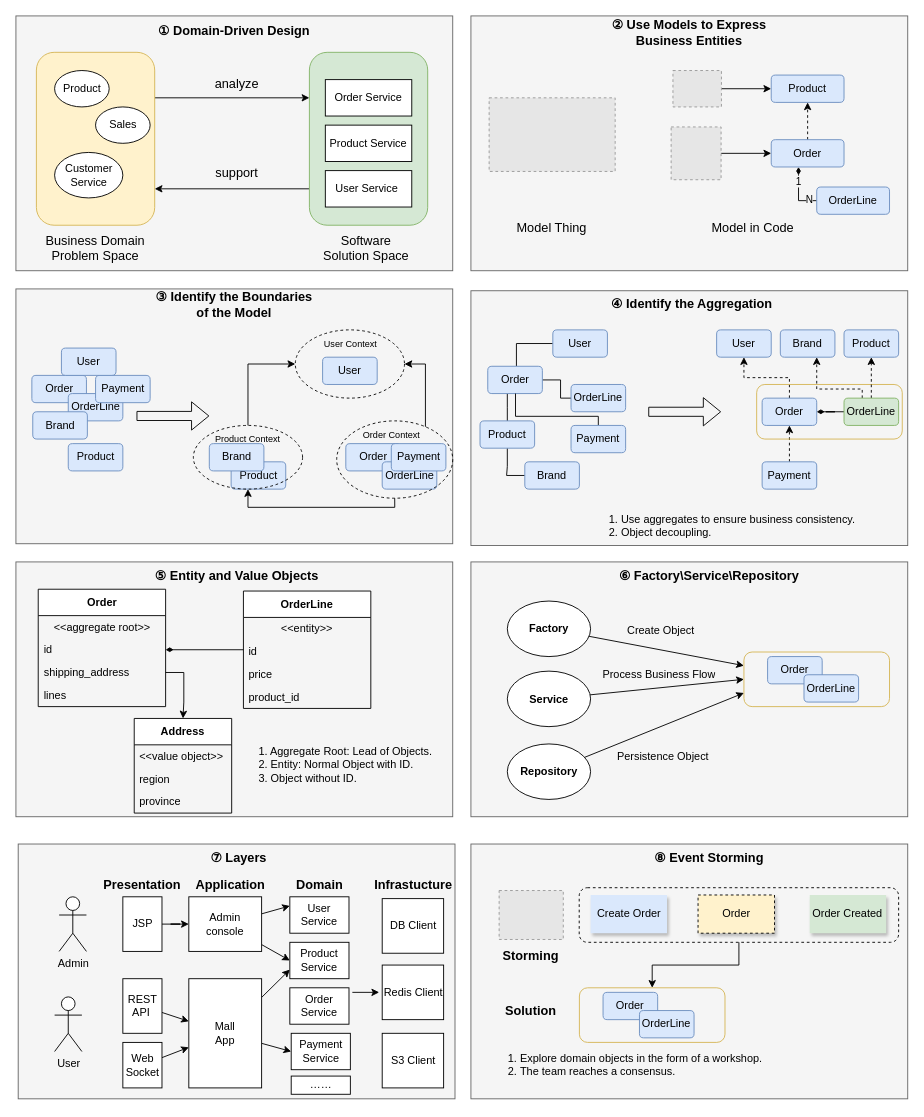
Before: src/contribute/for-bytebytego/key-of-domain-driven-deisgn/diagram.drawio in linksgo2011/shaogefenhao-v2, a draw.io diagram. Source tidied: cells renumbered, new cells numbered last; positions are measured from the earlier drawing's top-left corner, leaving out a move shared by most shapes. Both pictures are drawn from the tidied source at 91%, with x=0, y=0 at pixel (15, 15). Pictures stored in the file or linked from it are replaced by grey dashed boxes.
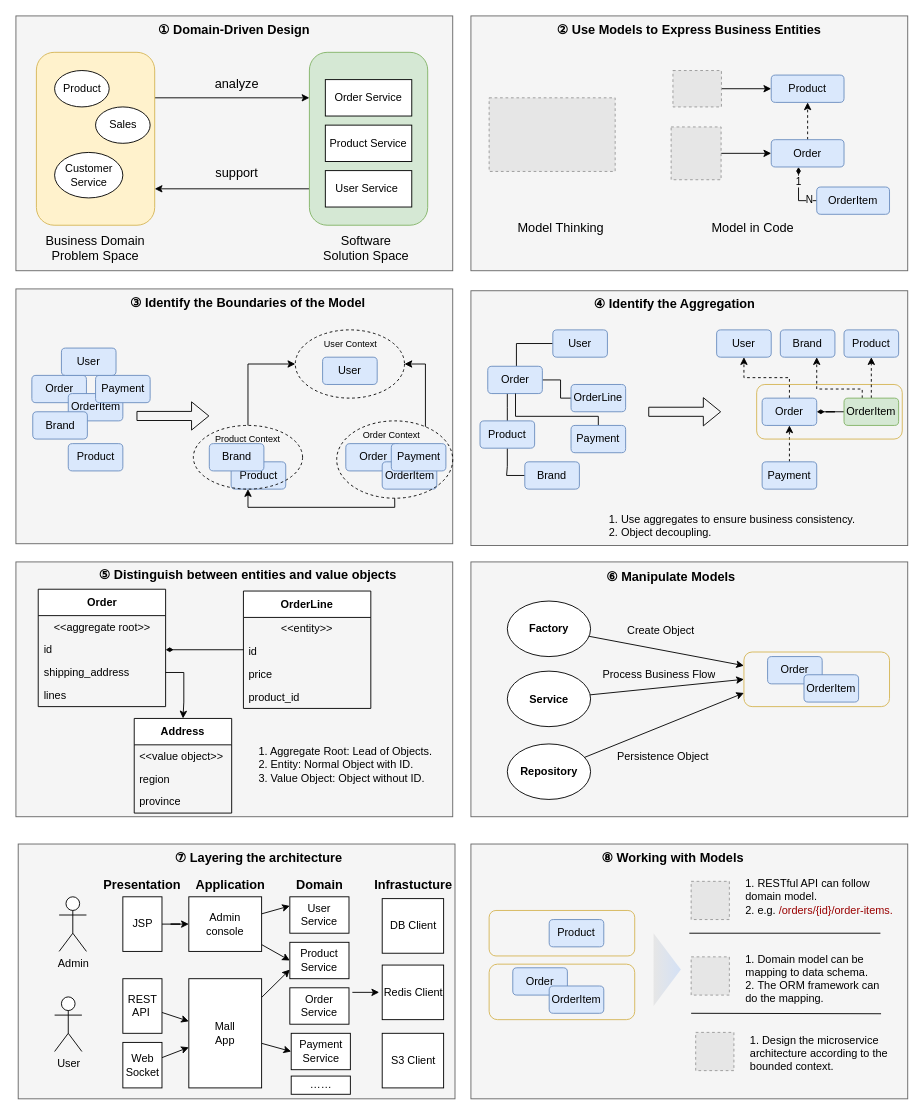
The same diagram, later.

The edit, as a diff of the source:
```diff
@@
     <mxCell id="18" value="① Domain-Driven Design" style="text;html=1;align=center;verticalAlign=middle;whiteSpace=wrap;rounded=0;fontSize=14;fontStyle=1;" parent="1" vertex="1">
-      <mxGeometry x="150" y="2" width="180" height="30" as="geometry" />
+      <mxGeometry x="150" width="180" height="30" as="geometry" />
     </mxCell>
     <mxCell id="19" value="② Use Models to Express Business Entities" style="text;html=1;align=center;verticalAlign=middle;whiteSpace=wrap;rounded=0;fontSize=14;fontStyle=1;" parent="1" vertex="1">
-      <mxGeometry x="650" y="3" width="180" height="30" as="geometry" />
+      <mxGeometry x="590" width="300" height="30" as="geometry" />
     </mxCell>
@@
-    <mxCell id="30" value="OrderLine" style="rounded=1;whiteSpace=wrap;html=1;fillColor=#dae8fc;strokeColor=#6c8ebf;" parent="1" vertex="1">
+    <mxCell id="30" value="OrderItem" style="rounded=1;whiteSpace=wrap;html=1;fillColor=#dae8fc;strokeColor=#6c8ebf;" parent="1" vertex="1">
       <mxGeometry x="880" y="188" width="80" height="30" as="geometry" />
     </mxCell>
@@
-    <mxCell id="32" value="Model Thing" style="text;html=1;align=center;verticalAlign=middle;whiteSpace=wrap;rounded=0;fontSize=14;" parent="1" vertex="1">
-      <mxGeometry x="539.2" y="218" width="100" height="30" as="geometry" />
+    <mxCell id="32" value="Model Thinking" style="text;html=1;align=center;verticalAlign=middle;whiteSpace=wrap;rounded=0;fontSize=14;" parent="1" vertex="1">
+      <mxGeometry x="548.5" y="218" width="100" height="30" as="geometry" />
     </mxCell>
@@
     <mxCell id="35" value="③&amp;nbsp;Identify the Boundaries of the Model" style="text;html=1;align=center;verticalAlign=middle;whiteSpace=wrap;rounded=0;fontSize=14;fontStyle=1;" parent="1" vertex="1">
-      <mxGeometry x="150" y="302" width="180" height="30" as="geometry" />
+      <mxGeometry x="120" y="300" width="270" height="30" as="geometry" />
     </mxCell>
@@
-    <mxCell id="38" value="OrderLine" style="rounded=1;whiteSpace=wrap;html=1;fillColor=#dae8fc;strokeColor=#6c8ebf;" parent="1" vertex="1">
+    <mxCell id="38" value="OrderItem" style="rounded=1;whiteSpace=wrap;html=1;fillColor=#dae8fc;strokeColor=#6c8ebf;" parent="1" vertex="1">
       <mxGeometry x="402.5" y="490" width="60" height="30" as="geometry" />
     </mxCell>
@@
+    <mxCell id="47" style="ellipse;whiteSpace=wrap;html=1;fillColor=none;dashed=1;" parent="1" vertex="1">
+      <mxGeometry x="352.5" y="445" width="127.5" height="85" as="geometry" />
+    </mxCell>
@@
-    <mxCell id="47" style="ellipse;whiteSpace=wrap;html=1;fillColor=none;dashed=1;" parent="1" vertex="1">
-      <mxGeometry x="352.5" y="445" width="127.5" height="85" as="geometry" />
-    </mxCell>
@@
-    <mxCell id="52" value="OrderLine" style="rounded=1;whiteSpace=wrap;html=1;fillColor=#dae8fc;strokeColor=#6c8ebf;" parent="1" vertex="1">
+    <mxCell id="52" value="OrderItem" style="rounded=1;whiteSpace=wrap;html=1;fillColor=#dae8fc;strokeColor=#6c8ebf;" parent="1" vertex="1">
       <mxGeometry x="57.5" y="415" width="60" height="30" as="geometry" />
     </mxCell>
@@
     <mxCell id="59" value="④ Identify the Aggregation" style="text;html=1;align=center;verticalAlign=middle;whiteSpace=wrap;rounded=0;fontSize=14;fontStyle=1;" parent="1" vertex="1">
-      <mxGeometry x="642.5" y="302" width="200" height="30" as="geometry" />
+      <mxGeometry x="624.2" y="302" width="200" height="30" as="geometry" />
     </mxCell>
@@
-    <mxCell id="83" value="OrderLine" style="rounded=1;whiteSpace=wrap;html=1;fillColor=#d5e8d4;strokeColor=#82b366;" parent="1" vertex="1">
+    <mxCell id="83" value="OrderItem" style="rounded=1;whiteSpace=wrap;html=1;fillColor=#d5e8d4;strokeColor=#82b366;" parent="1" vertex="1">
       <mxGeometry x="910" y="420" width="60" height="30" as="geometry" />
     </mxCell>
@@
-    <mxCell id="86" value="⑤ Entity and Value Objects" style="text;html=1;align=center;verticalAlign=middle;whiteSpace=wrap;rounded=0;fontSize=14;fontStyle=1;" parent="1" vertex="1">
-      <mxGeometry x="142.5" y="600" width="200" height="30" as="geometry" />
+    <mxCell id="86" value="⑤ Distinguish between entities and value objects" style="text;html=1;align=center;verticalAlign=middle;whiteSpace=wrap;rounded=0;fontSize=14;fontStyle=1;" parent="1" vertex="1">
+      <mxGeometry x="76.2" y="599" width="357.5" height="30" as="geometry" />
     </mxCell>
@@
-    <mxCell id="103" value="1. A&lt;span style=&quot;&quot;&gt;ggregate Root: Lead of Objects.&lt;/span&gt;&lt;div&gt;&lt;span style=&quot;&quot;&gt;2. Entity: Normal Object with ID.&lt;/span&gt;&lt;/div&gt;&lt;div style=&quot;&quot;&gt;3. Object without ID.&lt;/div&gt;" style="text;html=1;whiteSpace=wrap;overflow=hidden;rounded=0;align=left;" parent="1" vertex="1">
+    <mxCell id="103" value="1. A&lt;span style=&quot;&quot;&gt;ggregate Root: Lead of Objects.&lt;/span&gt;&lt;div&gt;&lt;span style=&quot;&quot;&gt;2. Entity: Normal Object with ID.&lt;/span&gt;&lt;/div&gt;&lt;div style=&quot;&quot;&gt;3. Value Object: Object without ID.&lt;/div&gt;" style="text;html=1;whiteSpace=wrap;overflow=hidden;rounded=0;align=left;" parent="1" vertex="1">
       <mxGeometry x="265" y="795" width="192.5" height="58" as="geometry" />
     </mxCell>
@@
-    <mxCell id="105" value="⑥ Factory\Service\Repository" style="text;html=1;align=center;verticalAlign=middle;whiteSpace=wrap;rounded=0;fontSize=14;fontStyle=1;" parent="1" vertex="1">
-      <mxGeometry x="642.5" y="600" width="237.5" height="30" as="geometry" />
+    <mxCell id="105" value="⑥ Manipulate Models" style="text;html=1;align=center;verticalAlign=middle;whiteSpace=wrap;rounded=0;fontSize=14;fontStyle=1;" parent="1" vertex="1">
+      <mxGeometry x="601.2" y="602" width="237.5" height="30" as="geometry" />
     </mxCell>
@@
+    <mxCell id="108" style="rounded=1;whiteSpace=wrap;html=1;strokeColor=#d6b656;fillColor=none;" parent="1" vertex="1">
+      <mxGeometry x="800" y="699" width="160" height="60" as="geometry" />
+    </mxCell>
-    <mxCell id="107" value="OrderLine" style="rounded=1;whiteSpace=wrap;html=1;fillColor=#dae8fc;strokeColor=#6c8ebf;" parent="1" vertex="1">
+    <mxCell id="107" value="OrderItem" style="rounded=1;whiteSpace=wrap;html=1;fillColor=#dae8fc;strokeColor=#6c8ebf;" parent="1" vertex="1">
       <mxGeometry x="866" y="724" width="60" height="30" as="geometry" />
     </mxCell>
-    <mxCell id="108" style="rounded=1;whiteSpace=wrap;html=1;strokeColor=#d6b656;fillColor=none;" parent="1" vertex="1">
-      <mxGeometry x="800" y="699" width="160" height="60" as="geometry" />
-    </mxCell>
@@
-    <mxCell id="119" value="⑦ Layers" style="text;html=1;align=center;verticalAlign=middle;whiteSpace=wrap;rounded=0;fontSize=14;fontStyle=1;" parent="1" vertex="1">
-      <mxGeometry x="145" y="910" width="200" height="30" as="geometry" />
+    <mxCell id="119" value="⑦ Layering the architecture" style="text;html=1;align=center;verticalAlign=middle;whiteSpace=wrap;rounded=0;fontSize=14;fontStyle=1;" parent="1" vertex="1">
+      <mxGeometry x="166.5" y="910" width="200" height="30" as="geometry" />
     </mxCell>
@@
-    <mxCell id="144" value="⑧&amp;nbsp;Event Storming" style="text;html=1;align=center;verticalAlign=middle;whiteSpace=wrap;rounded=0;fontSize=14;fontStyle=1;" parent="1" vertex="1">
-      <mxGeometry x="642.5" y="910" width="237.5" height="30" as="geometry" />
+    <mxCell id="144" value="⑧ Working with Models" style="text;html=1;align=center;verticalAlign=middle;whiteSpace=wrap;rounded=0;fontSize=14;fontStyle=1;" parent="1" vertex="1">
+      <mxGeometry x="577.6" y="910" width="287.5" height="30" as="geometry" />
     </mxCell>
-    <mxCell id="145" value="Create Order" style="rounded=0;whiteSpace=wrap;html=1;fillColor=#dae8fc;strokeColor=none;shadow=1;" parent="1" vertex="1">
-      <mxGeometry x="631.5" y="966" width="84" height="42" as="geometry" />
-    </mxCell>
-    <mxCell id="146" value="Order" style="rounded=0;whiteSpace=wrap;html=1;fillColor=#fff2cc;strokeColor=default;dashed=1;shadow=1;" parent="1" vertex="1">
-      <mxGeometry x="749.6" y="966" width="84" height="42" as="geometry" />
-    </mxCell>
-    <mxCell id="147" value="Order Created" style="rounded=0;whiteSpace=wrap;html=1;fillColor=#d5e8d4;strokeColor=none;shadow=1;" parent="1" vertex="1">
-      <mxGeometry x="872.3" y="966" width="84" height="42" as="geometry" />
-    </mxCell>
-    <mxCell id="148" style="fillColor=#E6E6E6;strokeColor=#999999;dashed=1;verticalLabelPosition=bottom;labelBackgroundColor=default;verticalAlign=top;" parent="1" vertex="1">
-      <mxGeometry x="531" y="961.1" width="70.5" height="53.8" as="geometry" />
-    </mxCell>
-    <mxCell id="149" value="Order" style="rounded=1;whiteSpace=wrap;html=1;fillColor=#dae8fc;strokeColor=#6c8ebf;" parent="1" vertex="1">
-      <mxGeometry x="645.2" y="1073" width="60" height="30" as="geometry" />
-    </mxCell>
-    <mxCell id="150" value="OrderLine" style="rounded=1;whiteSpace=wrap;html=1;fillColor=#dae8fc;strokeColor=#6c8ebf;" parent="1" vertex="1">
-      <mxGeometry x="685.2" y="1093" width="60" height="30" as="geometry" />
-    </mxCell>
-    <mxCell id="151" style="rounded=1;whiteSpace=wrap;html=1;strokeColor=#d6b656;fillColor=none;" parent="1" vertex="1">
-      <mxGeometry x="619.2" y="1068" width="160" height="60" as="geometry" />
-    </mxCell>
-    <mxCell id="152" value="Storming" style="text;html=1;align=center;verticalAlign=middle;whiteSpace=wrap;rounded=0;fontSize=14;fontStyle=1;" parent="1" vertex="1">
-      <mxGeometry x="526.2" y="1018" width="80" height="30" as="geometry" />
-    </mxCell>
-    <mxCell id="153" value="Solution" style="text;html=1;align=center;verticalAlign=middle;whiteSpace=wrap;rounded=0;fontSize=14;fontStyle=1;" parent="1" vertex="1">
-      <mxGeometry x="526.2" y="1078" width="80" height="30" as="geometry" />
-    </mxCell>
-    <mxCell id="154" style="edgeStyle=orthogonalEdgeStyle;rounded=0;jettySize=auto;html=1;entryX=0.5;entryY=0;entryDx=0;entryDy=0;" parent="1" edge="1" source="155" target="151">
-      <mxGeometry relative="1" as="geometry" />
-    </mxCell>
-    <mxCell id="155" style="rounded=1;whiteSpace=wrap;html=1;dashed=1;fillColor=none;" parent="1" vertex="1">
-      <mxGeometry x="619" y="958" width="351" height="60" as="geometry" />
-    </mxCell>
-    <mxCell id="156" value="1.&amp;nbsp;Explore domain objects in the form of a workshop.&lt;div&gt;2.&amp;nbsp;The team reaches a consensus.&lt;/div&gt;" style="text;html=1;whiteSpace=wrap;overflow=hidden;rounded=0;align=left;" parent="1" vertex="1">
-      <mxGeometry x="539.2" y="1132" width="400.8" height="58" as="geometry" />
-    </mxCell>
@@
+    <mxCell id="149" value="Order" style="rounded=1;whiteSpace=wrap;html=1;fillColor=#dae8fc;strokeColor=#6c8ebf;" parent="1" vertex="1">
+      <mxGeometry x="546" y="1046" width="60" height="30" as="geometry" />
+    </mxCell>
+    <mxCell id="161" style="rounded=1;whiteSpace=wrap;html=1;strokeColor=#d6b656;fillColor=none;" parent="1" vertex="1">
+      <mxGeometry x="520" y="983" width="160" height="50" as="geometry" />
+    </mxCell>
+    <mxCell id="162" value="OrderItem" style="rounded=1;whiteSpace=wrap;html=1;fillColor=#dae8fc;strokeColor=#6c8ebf;" parent="1" vertex="1">
+      <mxGeometry x="586" y="1066" width="60" height="30" as="geometry" />
+    </mxCell>
+    <mxCell id="163" value="Product" style="rounded=1;whiteSpace=wrap;html=1;fillColor=#dae8fc;strokeColor=#6c8ebf;" parent="1" vertex="1">
+      <mxGeometry x="586" y="993" width="60" height="30" as="geometry" />
+    </mxCell>
+    <mxCell id="164" style="rounded=1;whiteSpace=wrap;html=1;strokeColor=#d6b656;fillColor=none;" parent="1" vertex="1">
+      <mxGeometry x="520" y="1042" width="160" height="61" as="geometry" />
+    </mxCell>
+    <mxCell id="165" style="fillColor=#E6E6E6;strokeColor=#999999;dashed=1;verticalLabelPosition=bottom;labelBackgroundColor=default;verticalAlign=top;" parent="1" vertex="1">
+      <mxGeometry x="742" y="1034" width="42" height="42" as="geometry" />
+    </mxCell>
+    <mxCell id="166" style="endArrow=none;html=1;rounded=0;" parent="1" edge="1">
+      <mxGeometry relative="1" as="geometry">
+        <mxPoint x="740" y="1008" as="sourcePoint" />
+        <mxPoint x="950" y="1008" as="targetPoint" />
+      </mxGeometry>
+    </mxCell>
+    <mxCell id="167" style="endArrow=none;html=1;rounded=0;" parent="1" edge="1">
+      <mxGeometry relative="1" as="geometry">
+        <mxPoint x="742" y="1096" as="sourcePoint" />
+        <mxPoint x="950.7" y="1096.5" as="targetPoint" />
+      </mxGeometry>
+    </mxCell>
+    <mxCell id="168" value="1. Domain model can be mapping to data schema.&lt;div&gt;2.&amp;nbsp;The ORM framework can do the mapping.&lt;/div&gt;" style="text;html=1;whiteSpace=wrap;overflow=hidden;rounded=0;align=left;" parent="1" vertex="1">
+      <mxGeometry x="800" y="1023" width="160" height="72" as="geometry" />
+    </mxCell>
+    <mxCell id="169" style="fillColor=#E6E6E6;strokeColor=#999999;dashed=1;verticalLabelPosition=bottom;labelBackgroundColor=default;verticalAlign=top;" parent="1" vertex="1">
+      <mxGeometry x="742" y="951" width="42" height="42" as="geometry" />
+    </mxCell>
+    <mxCell id="170" value="1. RESTful API can follow domain model.&lt;div&gt;2.&amp;nbsp;e.g. &lt;font color=&quot;#990000&quot;&gt;/orders/{id}/order-items.&lt;/font&gt;&lt;/div&gt;" style="text;html=1;whiteSpace=wrap;overflow=hidden;rounded=0;align=left;" parent="1" vertex="1">
+      <mxGeometry x="800" y="940" width="170" height="72" as="geometry" />
+    </mxCell>
+    <mxCell id="171" value="1.&amp;nbsp;Design the microservice architecture according to the bounded context." style="text;html=1;whiteSpace=wrap;overflow=hidden;rounded=0;align=left;" parent="1" vertex="1">
+      <mxGeometry x="805" y="1112" width="160" height="72" as="geometry" />
+    </mxCell>
+    <mxCell id="172" style="fillColor=#E6E6E6;strokeColor=#999999;dashed=1;verticalLabelPosition=bottom;labelBackgroundColor=default;verticalAlign=top;" parent="1" vertex="1">
+      <mxGeometry x="747" y="1117" width="42" height="42" as="geometry" />
+    </mxCell>
+    <mxCell id="173" style="triangle;whiteSpace=wrap;html=1;fillColor=#E6E6E6;strokeColor=none;gradientColor=#D4E1F5;gradientDirection=east;" parent="1" vertex="1">
+      <mxGeometry x="700.7" y="1008" width="30" height="80" as="geometry" />
+    </mxCell>
```
